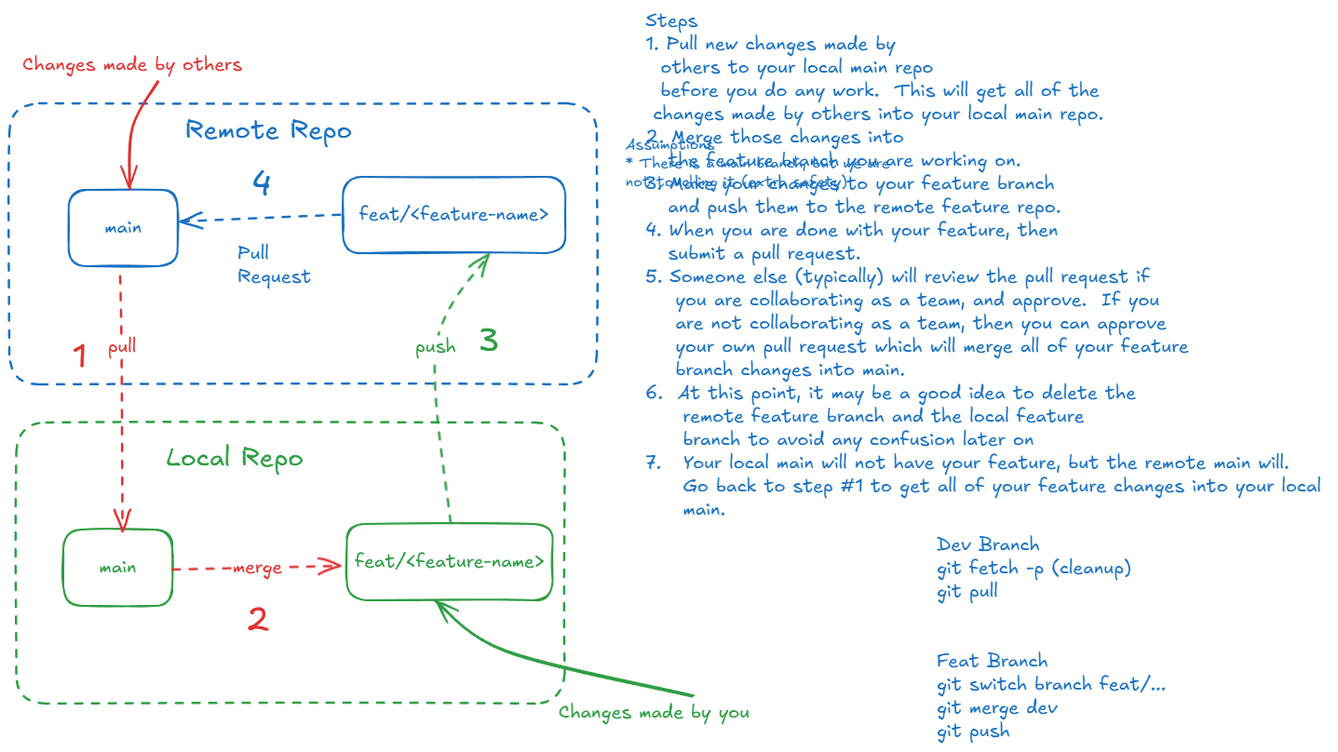
Earlier version of the Excalidraw export git-flow-1.excalidraw.png (ejcanoy/MSSE640-2026Spring2). Source tidied: one line per element, renumbered; positions are measured from the earlier drawing's top-left corner, leaving out a move shared by most shapes.
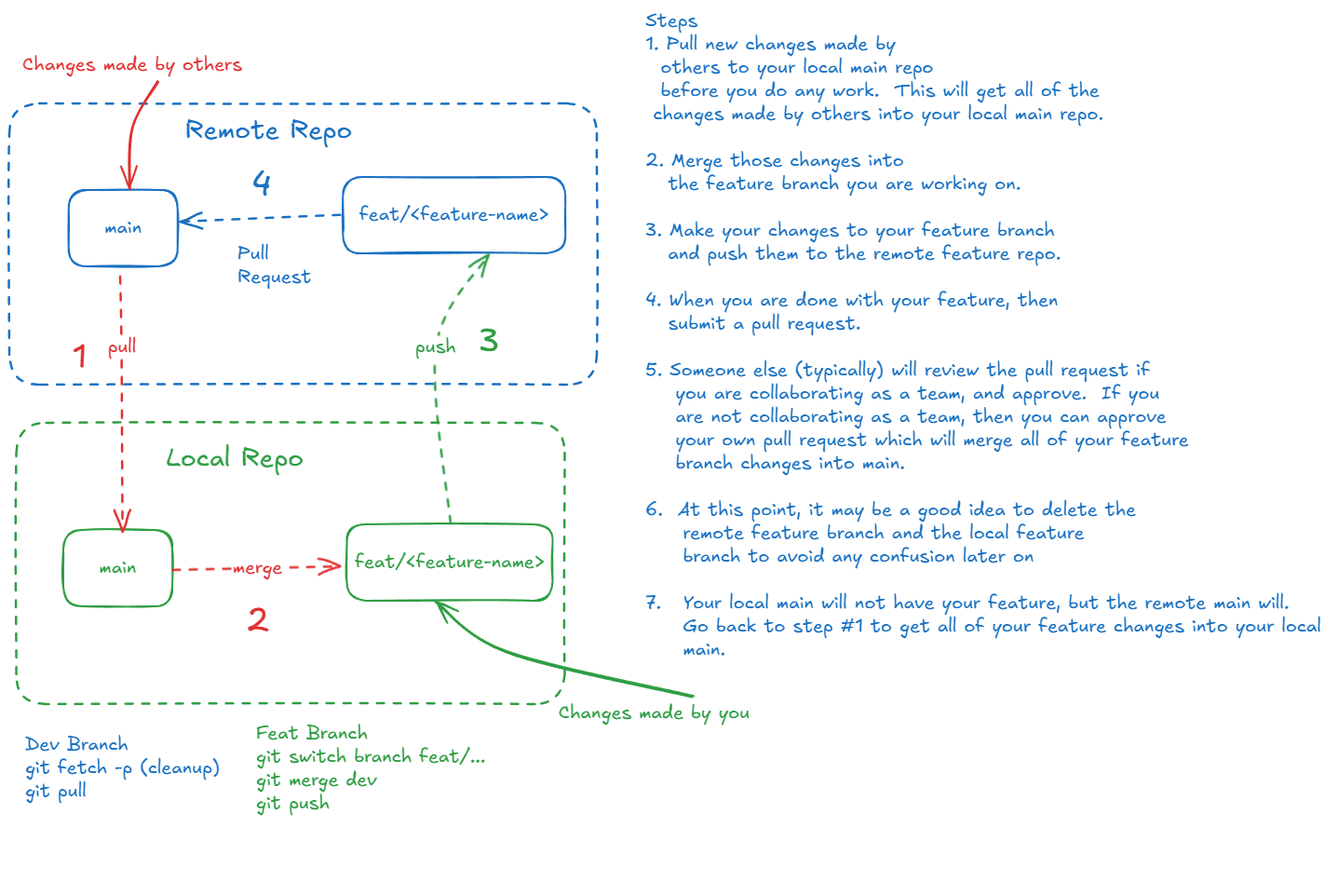
After the commit.

Change to the diagram source:
```diff
@@ -19,12 +19,13 @@
 {"id": 18, "type": "text", "text": "3", "strokeColor": "#2f9e44", "strokeWidth": 2, "strokeStyle": "dashed", "roughness": 1, "fontSize": 36, "fontFamily": 5, "x": 505, "y": 335, "width": 22, "height": 45}
 {"id": 19, "type": "text", "text": "Changes made by others", "strokeColor": "#e03131", "strokeWidth": 2, "strokeStyle": "dashed", "roughness": 1, "fontSize": 20, "fontFamily": 5, "x": 14, "y": 47, "width": 236, "height": 25}
 {"id": 20, "type": "arrow", "strokeColor": "#e03131", "strokeWidth": 2, "roughness": 1, "endArrowhead": "arrow", "round": true, "from": 19, "to": 6, "x": 160, "y": 77, "width": 30, "height": 116, "points": [[0, 0], [-27, 50], [-30, 116]]}
-{"id": 21, "type": "text", "text": "Dev Branch\ngit fetch -p (cleanup)\ngit pull\n\n\nFeat Branch\ngit switch branch feat/...\ngit merge dev\ngit push", "strokeColor": "#1971c2", "strokeWidth": 2, "roughness": 1, "fontSize": 20, "fontFamily": 5, "x": 996, "y": 563, "width": 246, "height": 225}
+{"id": 21, "type": "text", "text": "Dev Branch\ngit fetch -p (cleanup)\ngit pull\n\n\n", "strokeColor": "#1971c2", "strokeWidth": 2, "roughness": 1, "fontSize": 20, "fontFamily": 5, "x": 17, "y": 777, "width": 228, "height": 150}
 {"id": 22, "type": "text", "text": "Changes made by you", "strokeColor": "#2f9e44", "strokeWidth": 2, "strokeStyle": "dashed", "roughness": 1, "fontSize": 20, "fontFamily": 5, "x": 590, "y": 743, "width": 206, "height": 25}
 {"id": 23, "type": "text", "text": "Local Repo", "strokeColor": "#2f9e44", "strokeWidth": 2, "roughness": 1, "fontSize": 28, "fontFamily": 5, "x": 169, "y": 466, "width": 147, "height": 35}
 {"id": 24, "type": "text", "text": "Remote Repo", "strokeColor": "#1971c2", "strokeWidth": 2, "roughness": 1, "fontSize": 28, "fontFamily": 5, "x": 188, "y": 113, "width": 180, "height": 35}
 {"id": 25, "type": "arrow", "strokeColor": "#1971c2", "strokeWidth": 2, "strokeStyle": "dashed", "roughness": 1, "endArrowhead": "arrow", "round": true, "from": 8, "to": 6, "x": 355, "y": 221, "width": 171, "height": 6, "points": [[0, 0], [-171, 6]]}
 {"id": 26, "type": "text", "text": "Pull \nRequest", "strokeColor": "#1971c2", "strokeWidth": 2, "strokeStyle": "dashed", "roughness": 1, "fontSize": 20, "fontFamily": 5, "x": 245, "y": 250, "width": 80, "height": 50}
 {"id": 27, "type": "text", "text": "4", "strokeColor": "#1971c2", "strokeWidth": 2, "strokeStyle": "dashed", "roughness": 1, "fontSize": 36, "fontFamily": 5, "x": 261, "y": 167, "width": 21, "height": 45}
-{"id": 28, "type": "text", "text": "Steps\n1. Pull new changes made by\n  others to your local main repo \n  before you do any work.  This will get all of the\n changes made by others into your local main repo.\n2. Merge those changes into \n   the feature branch you are working on.\n3. Make your changes to your feature branch \n   and push them to the remote feature repo. \n4. When you are done with your feature, then \n   submit a pull request.  \n5. Someone else (typically) will review the pull request if\n    you are collaborating as a team, and approve.  If you \n    are not collaborating as a team, then you can approve\n    your own pull request which will merge all of your feature \n    branch changes into main. \n6.  At this point, it may be a good idea to delete the \n     remote feature branch and the local feature \n     branch to avoid any confusion later on\n7.   Your local main will not have your feature, but the remote main will.\n     Go back to step #1 to get all of your feature changes into your local \n     main.  \n\n", "strokeColor": "#1971c2", "strokeWidth": 2, "roughness": 1, "fontSize": 20, "fontFamily": 5, "x": 683, "y": 0, "width": 734, "height": 600}
+{"id": 28, "type": "text", "text": "Steps\n1. Pull new changes made by\n  others to your local main repo \n  before you do any work.  This will get all of the\n changes made by others into your local main repo.\n\n2. Merge those changes into \n   the feature branch you are working on.\n\n3. Make your changes to your feature branch \n   and push them to the remote feature repo. \n\n4. When you are done with your feature, then \n   submit a pull request.  \n\n5. Someone else (typically) will review the pull request if\n    you are collaborating as a team, and approve.  If you \n    are not collaborating as a team, then you can approve\n    your own pull request which will merge all of your feature \n    branch changes into main. \n\n6.  At this point, it may be a good idea to delete the \n     remote feature branch and the local feature \n     branch to avoid any confusion later on\n\n7.   Your local main will not have your feature, but the remote main will.\n     Go back to step #1 to get all of your feature changes into your local \n     main.  \n\n", "strokeColor": "#1971c2", "strokeWidth": 2, "roughness": 1, "fontSize": 20, "fontFamily": 5, "x": 683, "y": 0, "width": 734, "height": 750}
 {"id": 29, "type": "arrow", "strokeColor": "#2f9e44", "strokeWidth": 2, "roughness": 1, "endArrowhead": "arrow", "round": true, "from": 22, "to": 4, "x": 734, "y": 739, "width": 276, "height": 103, "points": [[0, 0], [-199, -49], [-276, -103]]}
+{"id": 30, "type": "text", "text": "Feat Branch\ngit switch branch feat/...\ngit merge dev\ngit push\n", "strokeColor": "#2f9e44", "strokeWidth": 2, "roughness": 1, "fontSize": 20, "fontFamily": 5, "x": 265, "y": 766, "width": 270, "height": 125}
```
